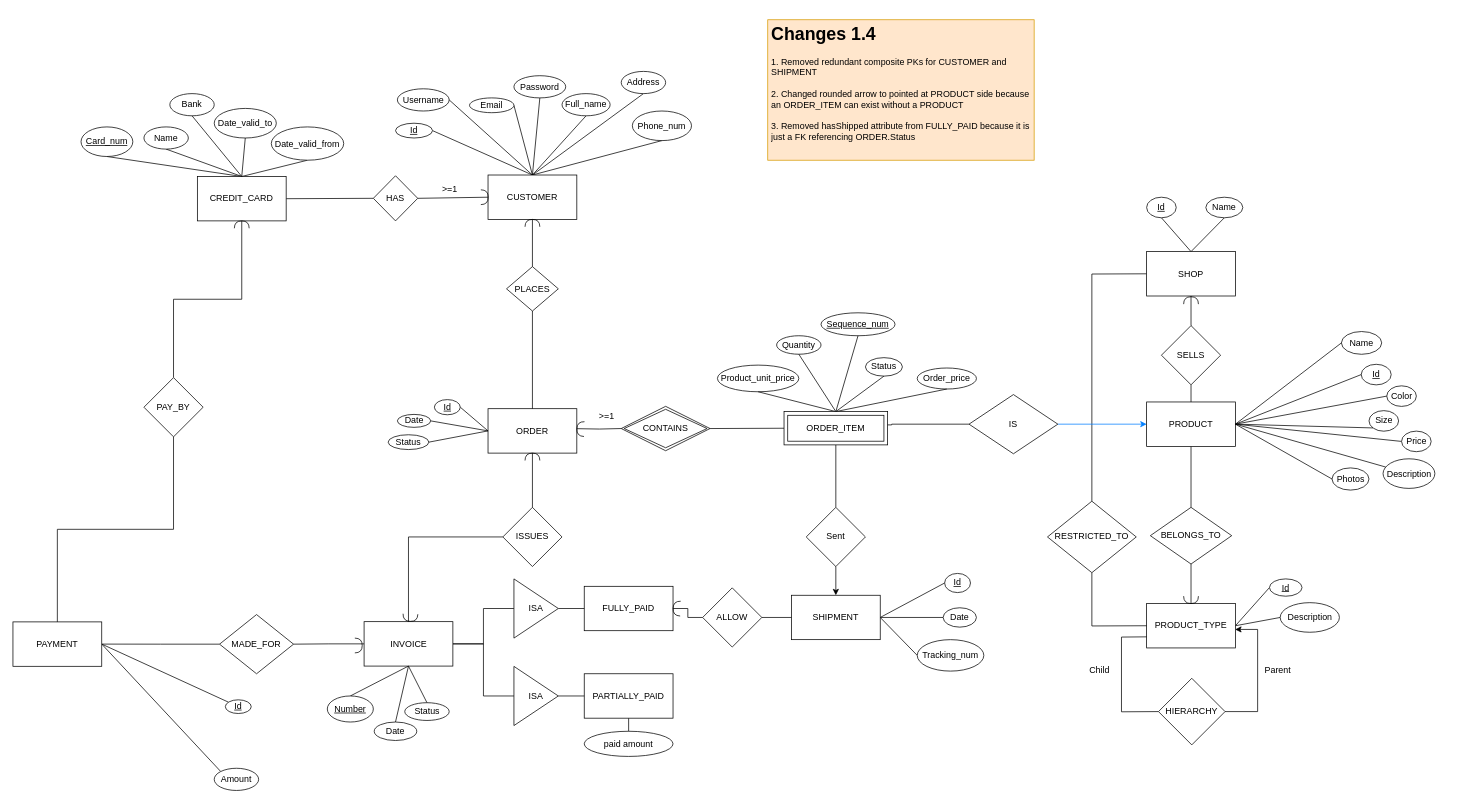
The draw.io diagram ERD_1.4.drawio in Anthony-Zou/CZ2007-INTRO-TO-DATABASE, before the edit. Source tidied: cells renumbered, new cells numbered last; positions are measured from the earlier drawing's top-left corner, leaving out a move shared by most shapes. Both pictures are drawn from the tidied source at 74%, with x=0, y=0 at pixel (13, 19).
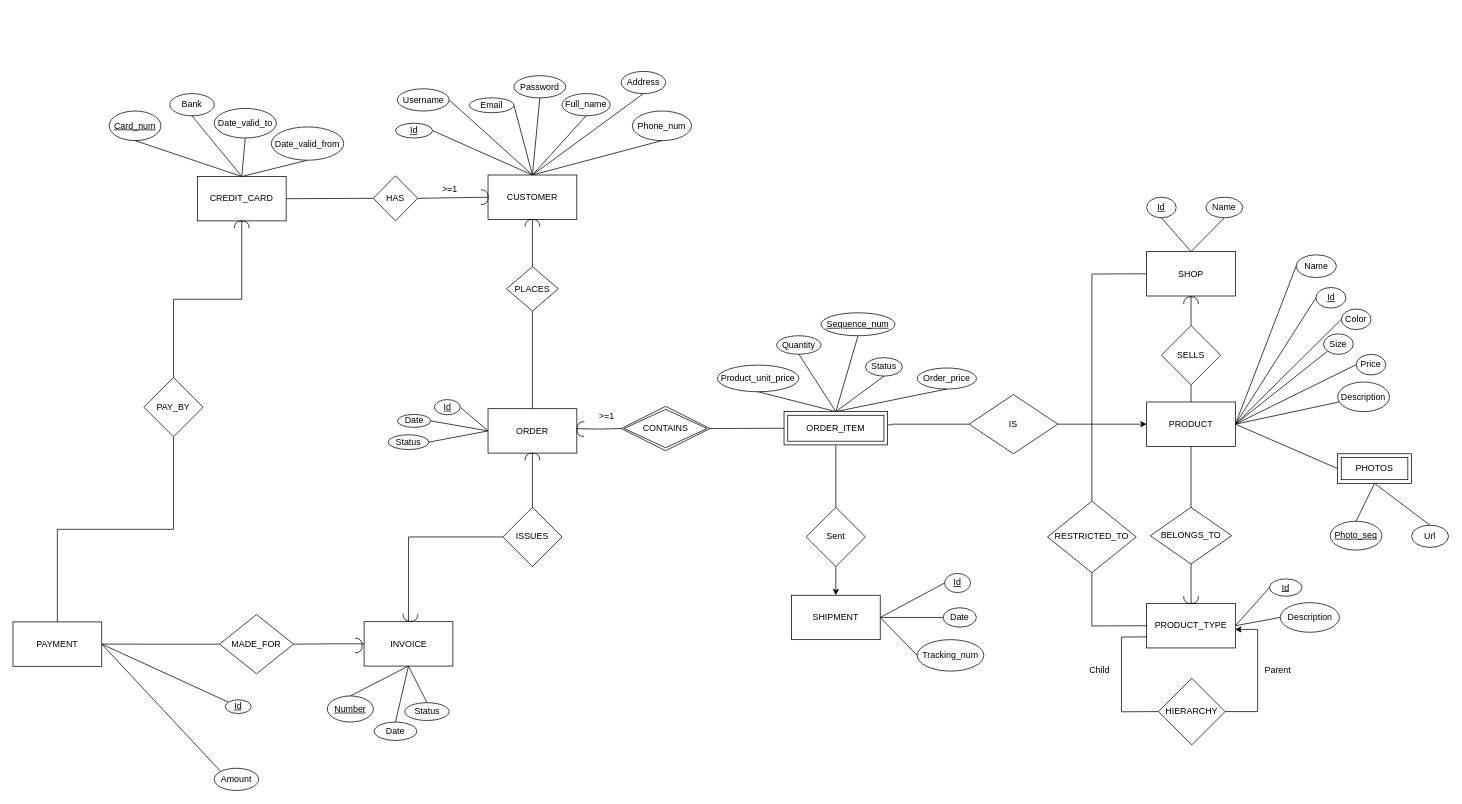
The same page after the edit.

Commit message:
Removed Name from CREDIT CARD and made PHOTOS a weak entity

Unchanged cells that the change refers to:
```xml
<mxCell id="15" value="CREDIT_CARD" style="rounded=0;whiteSpace=wrap;html=1;" parent="1" vertex="1">
  <mxGeometry x="249.2" y="212" width="120" height="60" as="geometry" />
</mxCell>
<mxCell id="19" value="PRODUCT" style="rounded=0;whiteSpace=wrap;html=1;" parent="1" vertex="1">
  <mxGeometry x="1532" y="516.7" width="120" height="60" as="geometry" />
</mxCell>
<mxCell id="74" value="INVOICE" style="whiteSpace=wrap;html=1;rounded=0;" parent="1" vertex="1">
  <mxGeometry x="474.5" y="813.6" width="120" height="60" as="geometry" />
</mxCell>
<mxCell id="87" value="SHIPMENT" style="rounded=0;whiteSpace=wrap;html=1;strokeColor=#000000;fillColor=#FFFFFF;" parent="1" vertex="1">
  <mxGeometry x="1052" y="777.9" width="120" height="60" as="geometry" />
</mxCell>
<mxCell id="151" value="IS" style="rhombus;whiteSpace=wrap;html=1;" parent="1" vertex="1">
  <mxGeometry x="1292" y="506.7" width="120" height="80" as="geometry" />
</mxCell>
```

What changed in the source:
```diff
@@
-    <mxCell id="12" style="edgeStyle=none;jettySize=auto;html=1;exitX=0.5;exitY=0;exitDx=0;exitDy=0;entryX=0.5;entryY=1;entryDx=0;entryDy=0;endArrow=none;" parent="1" edge="1" source="15" target="42">
-      <mxGeometry relative="1" as="geometry" />
-    </mxCell>
@@
+    <mxCell id="173" style="edgeStyle=none;jettySize=auto;html=1;exitX=1;exitY=0.5;exitDx=0;exitDy=0;entryX=0;entryY=0.5;entryDx=0;entryDy=0;endArrow=none;" parent="1" edge="1" source="19" target="176">
+      <mxGeometry relative="1" as="geometry" />
+    </mxCell>
@@
     <mxCell id="41" value="&lt;u&gt;Card_num&lt;/u&gt;" style="ellipse;whiteSpace=wrap;html=1;" parent="1" vertex="1">
-      <mxGeometry x="92" y="145" width="70" height="40" as="geometry" />
+      <mxGeometry x="130" y="123.5" width="70" height="40" as="geometry" />
     </mxCell>
-    <mxCell id="42" value="Name" style="ellipse;whiteSpace=wrap;html=1;" parent="1" vertex="1">
-      <mxGeometry x="177" y="145" width="60" height="30" as="geometry" />
-    </mxCell>
@@
     <mxCell id="44" value="Name" style="ellipse;whiteSpace=wrap;html=1;" parent="1" vertex="1">
-      <mxGeometry x="1795.2" y="421.5" width="54.5" height="30.8" as="geometry" />
+      <mxGeometry x="1734" y="317.8" width="54.5" height="30.8" as="geometry" />
     </mxCell>
     <mxCell id="45" value="Color" style="ellipse;whiteSpace=wrap;html=1;" parent="1" vertex="1">
-      <mxGeometry x="1856.5" y="494.9" width="40" height="27.8" as="geometry" />
+      <mxGeometry x="1795.2" y="391.1" width="40" height="27.8" as="geometry" />
     </mxCell>
     <mxCell id="46" value="Description" style="ellipse;whiteSpace=wrap;html=1;" parent="1" vertex="1">
-      <mxGeometry x="1851.5" y="593.5" width="70" height="40" as="geometry" />
+      <mxGeometry x="1790.2" y="489.8" width="70" height="40" as="geometry" />
     </mxCell>
     <mxCell id="47" value="Size" style="ellipse;whiteSpace=wrap;html=1;" parent="1" vertex="1">
-      <mxGeometry x="1832.5" y="528.4" width="40" height="27.8" as="geometry" />
+      <mxGeometry x="1771.2" y="424.6" width="40" height="27.8" as="geometry" />
     </mxCell>
     <mxCell id="48" value="&lt;u&gt;Id&lt;/u&gt;" style="ellipse;whiteSpace=wrap;html=1;" parent="1" vertex="1">
-      <mxGeometry x="1822" y="465.8" width="40.5" height="27.8" as="geometry" />
+      <mxGeometry x="1760.8" y="362" width="40.5" height="27.8" as="geometry" />
     </mxCell>
@@
-    <mxCell id="56" value="Photos" style="ellipse;whiteSpace=wrap;html=1;" parent="1" vertex="1">
-      <mxGeometry x="1782.5" y="605.8" width="50" height="30" as="geometry" />
-    </mxCell>
-    <mxCell id="57" style="endArrow=none;html=1;exitX=1;exitY=0.5;exitDx=0;exitDy=0;entryX=0;entryY=0.5;entryDx=0;entryDy=0;" parent="1" edge="1" source="19" target="56">
-      <mxGeometry relative="1" as="geometry" />
-    </mxCell>
@@
-    <mxCell id="72" style="edgeStyle=orthogonalEdgeStyle;rounded=0;jettySize=auto;html=1;exitX=1;exitY=0.5;exitDx=0;exitDy=0;entryX=0;entryY=0.5;entryDx=0;entryDy=0;endArrow=none;endFill=0;strokeColor=#000000;" parent="1" edge="1" source="74" target="164">
-      <mxGeometry relative="1" as="geometry" />
-    </mxCell>
-    <mxCell id="73" style="edgeStyle=orthogonalEdgeStyle;rounded=0;jettySize=auto;html=1;exitX=1;exitY=0.5;exitDx=0;exitDy=0;entryX=0;entryY=0.5;entryDx=0;entryDy=0;endArrow=none;endFill=0;strokeColor=#000000;" parent="1" edge="1" source="74" target="167">
-      <mxGeometry relative="1" as="geometry" />
-    </mxCell>
@@
     <mxCell id="103" value="Price" style="ellipse;whiteSpace=wrap;html=1;" parent="1" vertex="1">
-      <mxGeometry x="1876.5" y="556.1" width="40" height="27.8" as="geometry" />
+      <mxGeometry x="1815.2" y="452.4" width="40" height="27.8" as="geometry" />
     </mxCell>
@@
-    <mxCell id="150" style="edgeStyle=orthogonalEdgeStyle;rounded=0;jettySize=auto;html=1;exitX=1;exitY=0.5;exitDx=0;exitDy=0;entryX=0;entryY=0.5;entryDx=0;entryDy=0;strokeColor=#007FFF;" parent="1" edge="1" source="151" target="19">
+    <mxCell id="150" style="edgeStyle=orthogonalEdgeStyle;rounded=0;jettySize=auto;html=1;exitX=1;exitY=0.5;exitDx=0;exitDy=0;entryX=0;entryY=0.5;entryDx=0;entryDy=0;strokeColor=#000000;" parent="1" edge="1" source="151" target="19">
       <mxGeometry relative="1" as="geometry" />
     </mxCell>
@@
-    <mxCell id="159" style="edgeStyle=orthogonalEdgeStyle;rounded=0;jettySize=auto;html=1;exitX=1;exitY=0.5;exitDx=0;exitDy=0;entryX=0;entryY=0.5;entryDx=0;entryDy=0;endArrow=none;endFill=0;strokeColor=#000000;" parent="1" edge="1" source="160" target="170">
-      <mxGeometry relative="1" as="geometry" />
-    </mxCell>
-    <mxCell id="160" value="FULLY_PAID " style="rounded=0;whiteSpace=wrap;html=1;" parent="1" vertex="1">
-      <mxGeometry x="772" y="765.8" width="120" height="60" as="geometry" />
-    </mxCell>
-    <mxCell id="161" style="edgeStyle=orthogonalEdgeStyle;rounded=0;jettySize=auto;html=1;exitX=0.5;exitY=1;exitDx=0;exitDy=0;endArrow=none;endFill=0;strokeColor=#000000;" parent="1" edge="1" source="162">
-      <mxGeometry relative="1" as="geometry">
-        <mxPoint x="832" y="965.8" as="targetPoint" />
-      </mxGeometry>
-    </mxCell>
-    <mxCell id="162" value="PARTIALLY_PAID" style="rounded=0;whiteSpace=wrap;html=1;" parent="1" vertex="1">
-      <mxGeometry x="772" y="884" width="120" height="60" as="geometry" />
-    </mxCell>
-    <mxCell id="163" style="edgeStyle=none;rounded=0;jettySize=auto;html=1;exitX=1;exitY=0.5;exitDx=0;exitDy=0;entryX=0;entryY=0.5;entryDx=0;entryDy=0;endArrow=none;endFill=0;strokeColor=#000000;" parent="1" edge="1" source="164" target="160">
-      <mxGeometry relative="1" as="geometry" />
-    </mxCell>
-    <mxCell id="164" value="ISA" style="triangle;whiteSpace=wrap;html=1;" parent="1" vertex="1">
-      <mxGeometry x="677" y="755.8" width="60" height="80" as="geometry" />
-    </mxCell>
-    <mxCell id="165" style="edgeStyle=none;rounded=0;orthogonalLoop=1;jettySize=auto;html=1;exitX=0;exitY=0.5;exitDx=0;exitDy=0;endArrow=none;endFill=0;strokeColor=#000000;" parent="1" edge="1" source="164" target="164">
-      <mxGeometry relative="1" as="geometry" />
-    </mxCell>
-    <mxCell id="166" style="edgeStyle=orthogonalEdgeStyle;rounded=0;jettySize=auto;html=1;exitX=1;exitY=0.5;exitDx=0;exitDy=0;entryX=0;entryY=0.5;entryDx=0;entryDy=0;endArrow=none;endFill=0;strokeColor=#000000;" parent="1" edge="1" source="167" target="162">
-      <mxGeometry relative="1" as="geometry" />
-    </mxCell>
-    <mxCell id="167" value="ISA" style="triangle;whiteSpace=wrap;html=1;" parent="1" vertex="1">
-      <mxGeometry x="677" y="874" width="60" height="80" as="geometry" />
-    </mxCell>
-    <mxCell id="168" value="paid amount" style="ellipse;whiteSpace=wrap;html=1;" parent="1" vertex="1">
-      <mxGeometry x="772" y="961.7" width="120" height="34" as="geometry" />
-    </mxCell>
-    <mxCell id="169" style="edgeStyle=orthogonalEdgeStyle;rounded=0;jettySize=auto;html=1;exitX=1;exitY=0.5;exitDx=0;exitDy=0;entryX=0;entryY=0.5;entryDx=0;entryDy=0;endArrow=none;endFill=0;strokeColor=#000000;" parent="1" edge="1" source="170" target="87">
-      <mxGeometry relative="1" as="geometry" />
-    </mxCell>
-    <mxCell id="170" value="ALLOW" style="rhombus;whiteSpace=wrap;html=1;rounded=0;" parent="1" vertex="1">
-      <mxGeometry x="932" y="767.9" width="80" height="80" as="geometry" />
-    </mxCell>
-    <mxCell id="171" style="shape=requiredInterface;html=1;verticalLabelPosition=bottom;rotation=-178;" parent="1" vertex="1">
-      <mxGeometry x="892" y="785.8" width="10" height="20" as="geometry" />
-    </mxCell>
-    <mxCell id="172" value="&lt;h1&gt;Changes 1.4&lt;br&gt;&lt;/h1&gt;&lt;div&gt;1. Removed redundant composite PKs for CUSTOMER and SHIPMENT&lt;/div&gt;&lt;div&gt;&lt;br&gt;&lt;/div&gt;&lt;div&gt;2. Changed&amp;nbsp;&lt;span&gt;rounded arrow to pointed at PRODUCT side because an ORDER_ITEM can exist without a PRODUCT&lt;/span&gt;&lt;/div&gt;&lt;div&gt;&lt;br&gt;&lt;/div&gt;&lt;div&gt;3. Removed hasShipped attribute from FULLY_PAID because it is just a FK referencing ORDER.Status&lt;/div&gt;&lt;div&gt;&lt;br&gt;&lt;/div&gt;" style="text;html=1;strokeColor=#d79b00;fillColor=#ffe6cc;spacing=5;spacingTop=-20;whiteSpace=wrap;overflow=hidden;rounded=0;" parent="1" vertex="1">
-      <mxGeometry x="1020" y="0.2" width="360" height="189.8" as="geometry" />
-    </mxCell>
+    <mxCell id="174" style="edgeStyle=none;jettySize=auto;html=1;exitX=0.5;exitY=1;exitDx=0;exitDy=0;entryX=0.5;entryY=0;entryDx=0;entryDy=0;endArrow=none;" parent="1" edge="1" source="176" target="177">
+      <mxGeometry relative="1" as="geometry" />
+    </mxCell>
+    <mxCell id="175" style="edgeStyle=none;jettySize=auto;html=1;exitX=0.5;exitY=1;exitDx=0;exitDy=0;entryX=0.5;entryY=0;entryDx=0;entryDy=0;endArrow=none;" parent="1" edge="1" source="176" target="178">
+      <mxGeometry relative="1" as="geometry" />
+    </mxCell>
+    <mxCell id="176" value="PHOTOS" style="shape=ext;margin=3;double=1;whiteSpace=wrap;html=1;align=center;" parent="1" vertex="1">
+      <mxGeometry x="1790" y="586.7" width="100" height="40" as="geometry" />
+    </mxCell>
+    <mxCell id="177" value="Url" style="ellipse;whiteSpace=wrap;html=1;" parent="1" vertex="1">
+      <mxGeometry x="1890" y="683.2" width="50" height="30" as="geometry" />
+    </mxCell>
+    <mxCell id="178" value="&lt;u&gt;Photo_seq&lt;/u&gt;" style="ellipse;whiteSpace=wrap;html=1;" parent="1" vertex="1">
+      <mxGeometry x="1780" y="677.9" width="70" height="39" as="geometry" />
+    </mxCell>
```
